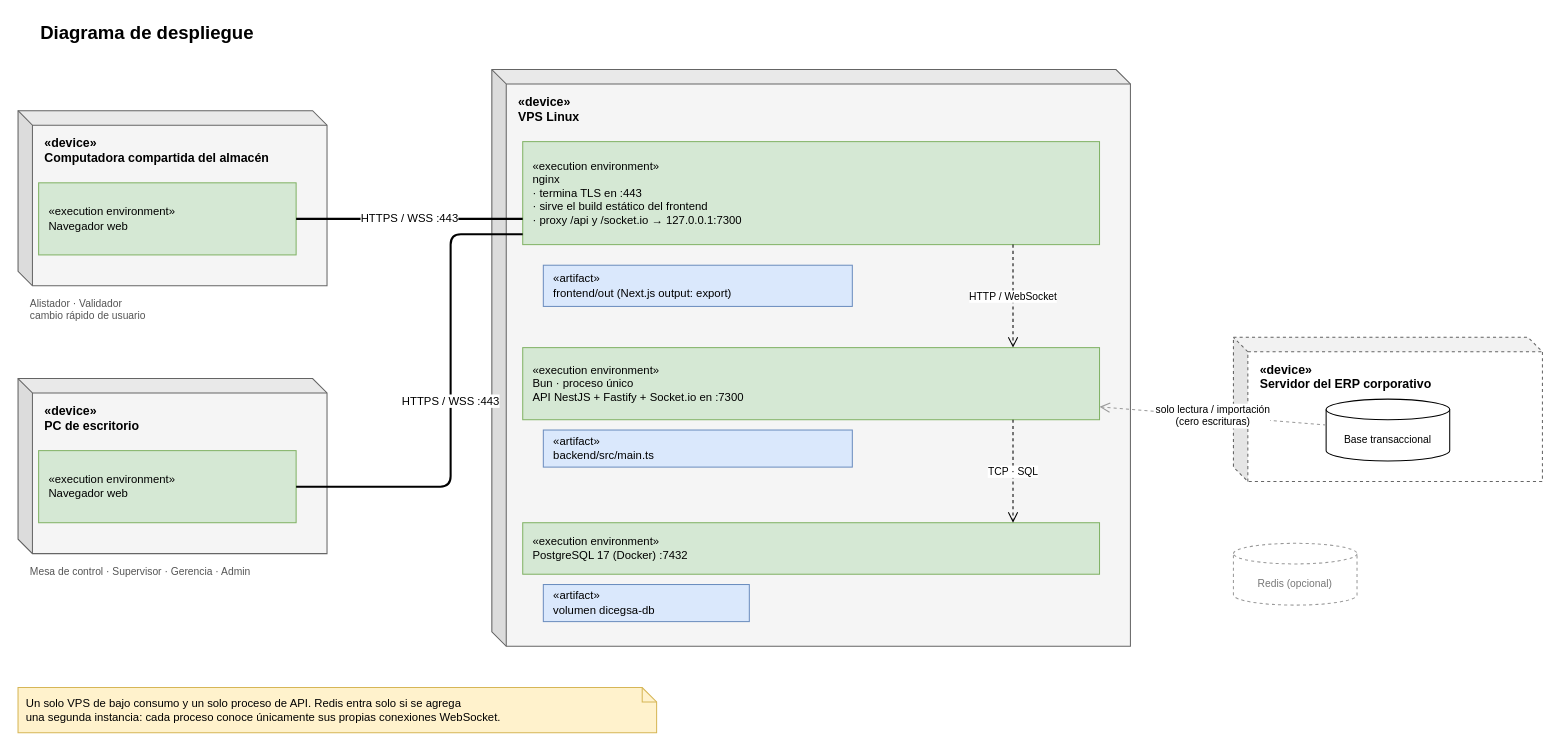
Earlier version of the draw.io diagram docs/diagramas/05-despliegue.drawio (ElVatoEste/Dicegsa). Source tidied: cells renumbered, new cells numbered last; positions are measured from the earlier drawing's top-left corner, leaving out a move shared by most shapes. Both pictures are drawn from the tidied source at 103%, with x=0, y=0 at pixel (18, 18).
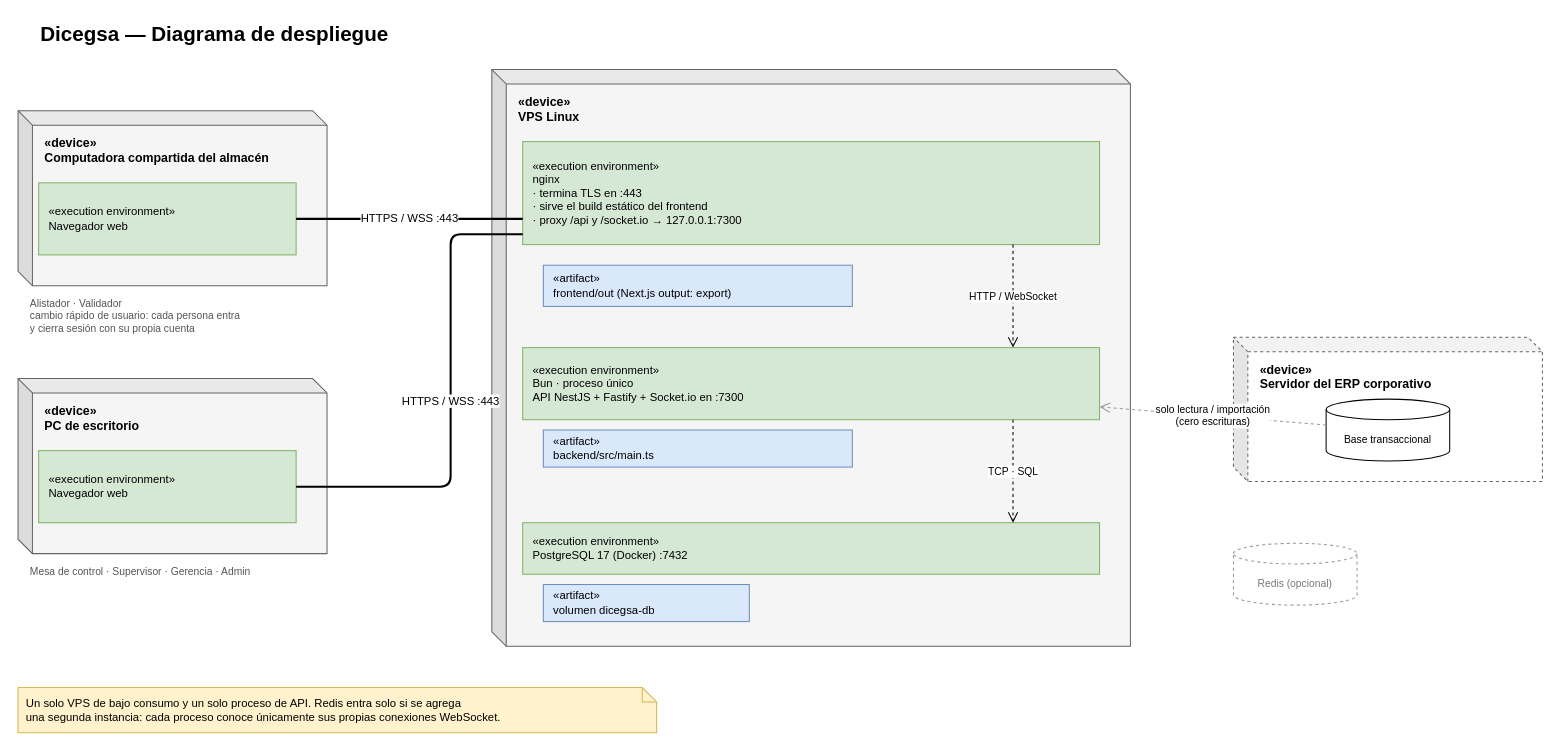
The same diagram, later.

What changed in the source:
```diff
@@
-    <mxCell id="2" value="Diagrama de despliegue" style="text;html=1;fontSize=18;fontStyle=1;align=left;verticalAlign=middle;" parent="1" vertex="1">
+    <mxCell id="2" value="Dicegsa — Diagrama de despliegue" style="text;html=1;fontSize=20;fontStyle=1;align=left;verticalAlign=middle;" parent="1" vertex="1">
       <mxGeometry x="20" width="700" height="30" as="geometry" />
     </mxCell>
@@
-    <mxCell id="5" value="Alistador · Validador&lt;br&gt;cambio rápido de usuario" style="text;html=1;fontSize=10;fontColor=#555555;align=left;" parent="1" vertex="1">
+    <mxCell id="5" value="Alistador · Validador&lt;br&gt;cambio rápido de usuario: cada persona entra&lt;br&gt;y cierra sesión con su propia cuenta" style="text;html=1;fontSize=10;fontColor=#555555;align=left;" parent="1" vertex="1">
       <mxGeometry x="10" y="265" width="250" height="30" as="geometry" />
     </mxCell>
```
